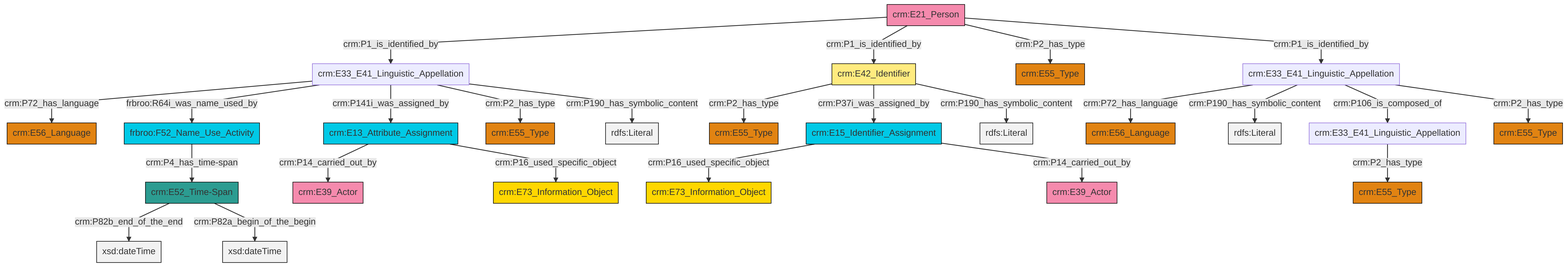
The Mermaid diagram et/personCSV/ttl/mmd/png/Person_Names_and_Classification.png in swiss-art-research-net/docs.swissartresearch, before a commit. Its source is kept beside it as et/personCSV/ttl/mmd/Person_Names_and_Classification.ttl.mmd.
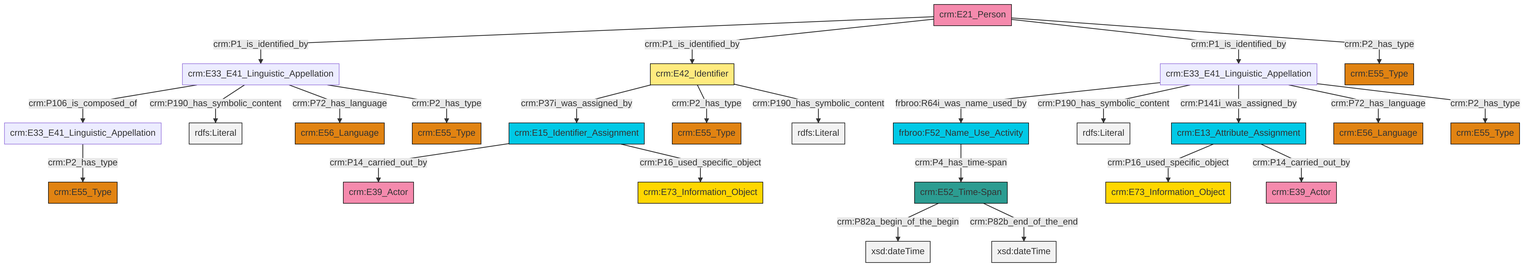
After the change.

The edit, as a diff of the source:
```diff
@@ -13,27 +13,27 @@
 classDef PC_Classes fill:#4ce600, stroke:#000000;
 classDef Multi fill:#cccccc,stroke:#000000;
 
-0["crm:E21_Person"]:::Actor -->|crm:P1_is_identified_by| 1["crm:E33_E41_Linguistic_Appellation"]:::Default
-4["crm:E15_Identifier_Assignment"]:::Temporal_Entity -->|crm:P16_used_specific_object| 5["crm:E73_Information_Object"]:::Conceptual_Object
-10["crm:E52_Time-Span"]:::Time-Span -->|crm:P82b_end_of_the_end| 11[xsd:dateTime]:::Literal
-12["crm:E13_Attribute_Assignment"]:::Temporal_Entity -->|crm:P14_carried_out_by| 13["crm:E39_Actor"]:::Actor
-14["crm:E42_Identifier"]:::Appellation -->|crm:P2_has_type| 15["crm:E55_Type"]:::Type
-1["crm:E33_E41_Linguistic_Appellation"]:::Default -->|crm:P72_has_language| 16["crm:E56_Language"]:::Type
-17["crm:E33_E41_Linguistic_Appellation"]:::Default -->|crm:P72_has_language| 18["crm:E56_Language"]:::Type
-8["crm:E33_E41_Linguistic_Appellation"]:::Default -->|crm:P2_has_type| 6["crm:E55_Type"]:::Type
-1["crm:E33_E41_Linguistic_Appellation"]:::Default -->|frbroo:R64i_was_name_used_by| 21["frbroo:F52_Name_Use_Activity"]:::Temporal_Entity
-21["frbroo:F52_Name_Use_Activity"]:::Temporal_Entity -->|crm:P4_has_time-span| 10["crm:E52_Time-Span"]:::Time-Span
-1["crm:E33_E41_Linguistic_Appellation"]:::Default -->|crm:P141i_was_assigned_by| 12["crm:E13_Attribute_Assignment"]:::Temporal_Entity
-1["crm:E33_E41_Linguistic_Appellation"]:::Default -->|crm:P2_has_type| 24["crm:E55_Type"]:::Type
-17["crm:E33_E41_Linguistic_Appellation"]:::Default -->|crm:P190_has_symbolic_content| 25[rdfs:Literal]:::Literal
-0["crm:E21_Person"]:::Actor -->|crm:P1_is_identified_by| 14["crm:E42_Identifier"]:::Appellation
-0["crm:E21_Person"]:::Actor -->|crm:P2_has_type| 28["crm:E55_Type"]:::Type
-10["crm:E52_Time-Span"]:::Time-Span -->|crm:P82a_begin_of_the_begin| 33[xsd:dateTime]:::Literal
-1["crm:E33_E41_Linguistic_Appellation"]:::Default -->|crm:P190_has_symbolic_content| 38[rdfs:Literal]:::Literal
-14["crm:E42_Identifier"]:::Appellation -->|crm:P37i_was_assigned_by| 4["crm:E15_Identifier_Assignment"]:::Temporal_Entity
-4["crm:E15_Identifier_Assignment"]:::Temporal_Entity -->|crm:P14_carried_out_by| 39["crm:E39_Actor"]:::Actor
-12["crm:E13_Attribute_Assignment"]:::Temporal_Entity -->|crm:P16_used_specific_object| 2["crm:E73_Information_Object"]:::Conceptual_Object
-14["crm:E42_Identifier"]:::Appellation -->|crm:P190_has_symbolic_content| 43[rdfs:Literal]:::Literal
-17["crm:E33_E41_Linguistic_Appellation"]:::Default -->|crm:P106_is_composed_of| 8["crm:E33_E41_Linguistic_Appellation"]:::Default
-17["crm:E33_E41_Linguistic_Appellation"]:::Default -->|crm:P2_has_type| 31["crm:E55_Type"]:::Type
-0["crm:E21_Person"]:::Actor -->|crm:P1_is_identified_by| 17["crm:E33_E41_Linguistic_Appellation"]:::Default
+0["crm:E13_Attribute_Assignment"]:::Temporal_Entity -->|crm:P16_used_specific_object| 1["crm:E73_Information_Object"]:::Conceptual_Object
+2["crm:E33_E41_Linguistic_Appellation"]:::Default -->|crm:P2_has_type| 3["crm:E55_Type"]:::Type
+5["crm:E33_E41_Linguistic_Appellation"]:::Default -->|frbroo:R64i_was_name_used_by| 6["frbroo:F52_Name_Use_Activity"]:::Temporal_Entity
+10["crm:E15_Identifier_Assignment"]:::Temporal_Entity -->|crm:P14_carried_out_by| 11["crm:E39_Actor"]:::Actor
+13["crm:E33_E41_Linguistic_Appellation"]:::Default -->|crm:P106_is_composed_of| 2["crm:E33_E41_Linguistic_Appellation"]:::Default
+8["crm:E21_Person"]:::Actor -->|crm:P1_is_identified_by| 13["crm:E33_E41_Linguistic_Appellation"]:::Default
+10["crm:E15_Identifier_Assignment"]:::Temporal_Entity -->|crm:P16_used_specific_object| 15["crm:E73_Information_Object"]:::Conceptual_Object
+5["crm:E33_E41_Linguistic_Appellation"]:::Default -->|crm:P190_has_symbolic_content| 16[rdfs:Literal]:::Literal
+0["crm:E13_Attribute_Assignment"]:::Temporal_Entity -->|crm:P14_carried_out_by| 17["crm:E39_Actor"]:::Actor
+13["crm:E33_E41_Linguistic_Appellation"]:::Default -->|crm:P190_has_symbolic_content| 19[rdfs:Literal]:::Literal
+8["crm:E21_Person"]:::Actor -->|crm:P1_is_identified_by| 21["crm:E42_Identifier"]:::Appellation
+21["crm:E42_Identifier"]:::Appellation -->|crm:P37i_was_assigned_by| 10["crm:E15_Identifier_Assignment"]:::Temporal_Entity
+13["crm:E33_E41_Linguistic_Appellation"]:::Default -->|crm:P72_has_language| 25["crm:E56_Language"]:::Type
+5["crm:E33_E41_Linguistic_Appellation"]:::Default -->|crm:P141i_was_assigned_by| 0["crm:E13_Attribute_Assignment"]:::Temporal_Entity
+8["crm:E21_Person"]:::Actor -->|crm:P1_is_identified_by| 5["crm:E33_E41_Linguistic_Appellation"]:::Default
+22["crm:E52_Time-Span"]:::Time-Span -->|crm:P82a_begin_of_the_begin| 26[xsd:dateTime]:::Literal
+8["crm:E21_Person"]:::Actor -->|crm:P2_has_type| 27["crm:E55_Type"]:::Type
+5["crm:E33_E41_Linguistic_Appellation"]:::Default -->|crm:P72_has_language| 28["crm:E56_Language"]:::Type
+22["crm:E52_Time-Span"]:::Time-Span -->|crm:P82b_end_of_the_end| 29[xsd:dateTime]:::Literal
+13["crm:E33_E41_Linguistic_Appellation"]:::Default -->|crm:P2_has_type| 30["crm:E55_Type"]:::Type
+21["crm:E42_Identifier"]:::Appellation -->|crm:P2_has_type| 38["crm:E55_Type"]:::Type
+6["frbroo:F52_Name_Use_Activity"]:::Temporal_Entity -->|crm:P4_has_time-span| 22["crm:E52_Time-Span"]:::Time-Span
+5["crm:E33_E41_Linguistic_Appellation"]:::Default -->|crm:P2_has_type| 35["crm:E55_Type"]:::Type
+21["crm:E42_Identifier"]:::Appellation -->|crm:P190_has_symbolic_content| 45[rdfs:Literal]:::Literal
```
